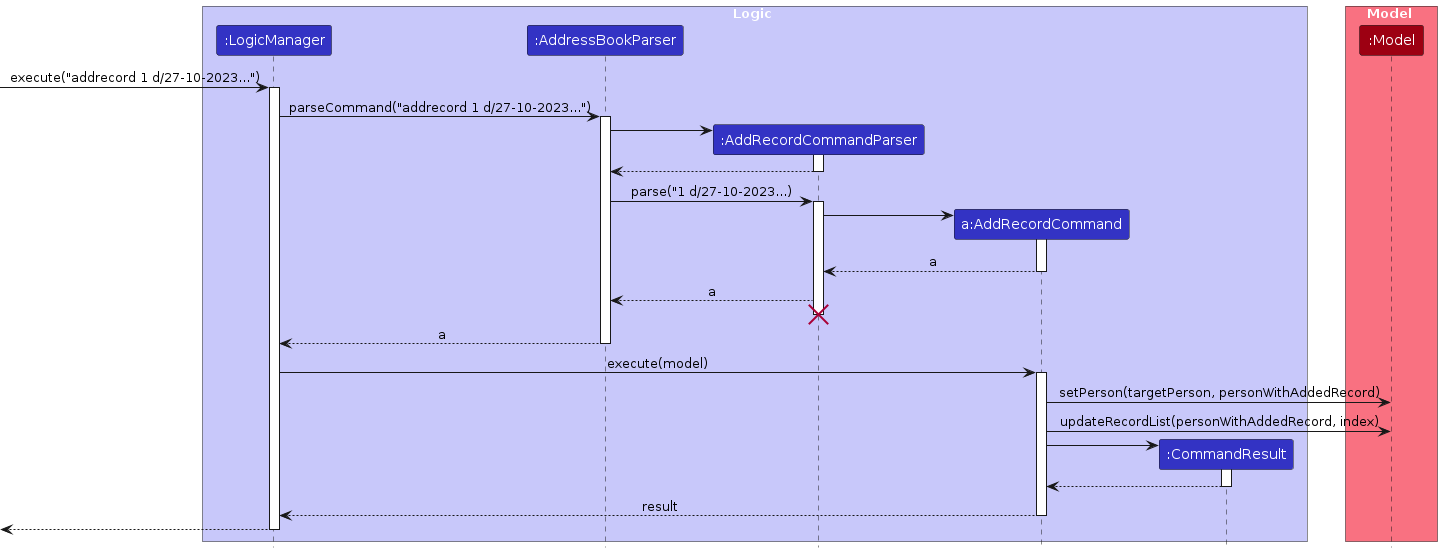
AY2324-CS2103T-T12-4/tp keeps this PlantUML diagram as diagrams/AddRecordSequenceDiagram.png. Above is the earlier version. Its source is kept beside it as diagrams/AddRecordSequenceDiagram.puml. Source of this version:
```plantuml
@startuml
!include style.puml
skinparam ArrowFontStyle plain

box Logic LOGIC_COLOR_T1
participant ":LogicManager" as LogicManager LOGIC_COLOR
participant ":AddressBookParser" as AddressBookParser LOGIC_COLOR
participant ":AddRecordCommandParser" as AddRecordCommandParser LOGIC_COLOR
participant "a:AddRecordCommand" as AddRecordCommand LOGIC_COLOR
participant ":CommandResult" as CommandResult LOGIC_COLOR
end box

box Model MODEL_COLOR_T1
participant ":Model" as Model MODEL_COLOR
end box

[-> LogicManager : execute("addrecord 1 d/27-10-2023...")
activate LogicManager

LogicManager -> AddressBookParser : parseCommand("addrecord 1 d/27-10-2023...")
activate AddressBookParser

create AddRecordCommandParser
AddressBookParser -> AddRecordCommandParser
activate AddRecordCommandParser

AddRecordCommandParser --> AddressBookParser
deactivate AddRecordCommandParser

AddressBookParser -> AddRecordCommandParser : parse("1 d/27-10-2023...)
activate AddRecordCommandParser

create AddRecordCommand
AddRecordCommandParser -> AddRecordCommand
activate AddRecordCommand

AddRecordCommand --> AddRecordCommandParser : a
deactivate AddRecordCommand

AddRecordCommandParser --> AddressBookParser : a
deactivate AddRecordCommand
AddRecordCommandParser -[hidden]-> AddressBookParser
destroy AddRecordCommandParser

AddressBookParser --> LogicManager : a
deactivate AddressBookParser

LogicManager -> AddRecordCommand : execute(model)
activate AddRecordCommand

AddRecordCommand -> Model : setPerson(targetPerson, personWithAddedRecord)
AddRecordCommand -> Model : updateRecordList(personWithAddedRecord, index)

create CommandResult
AddRecordCommand -> CommandResult
activate CommandResult

CommandResult --> AddRecordCommand
deactivate CommandResult

AddRecordCommand --> LogicManager : result
deactivate AddRecordCommand

[<--LogicManager
deactivate LogicManager

@enduml
```
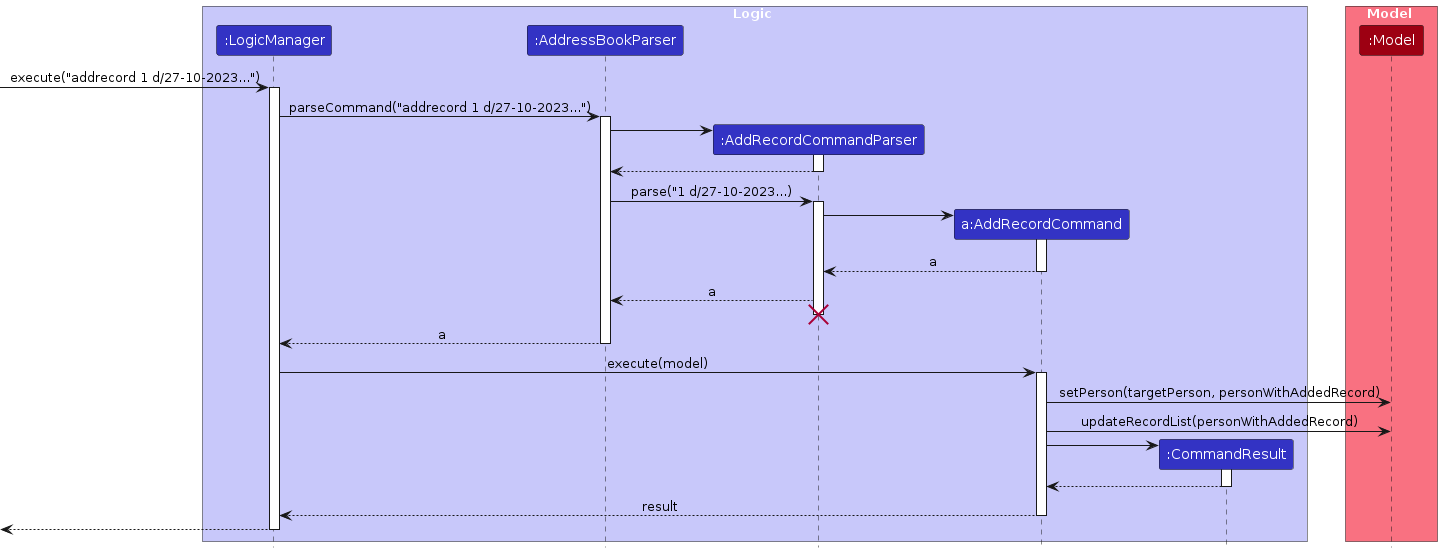
The same diagram one commit later.

What changed in the source:
```diff
@@ -49,7 +49,7 @@
 activate AddRecordCommand
 
 AddRecordCommand -> Model : setPerson(targetPerson, personWithAddedRecord)
-AddRecordCommand -> Model : updateRecordList(personWithAddedRecord, index)
+AddRecordCommand -> Model : updateRecordList(personWithAddedRecord)
 
 create CommandResult
 AddRecordCommand -> CommandResult
```
